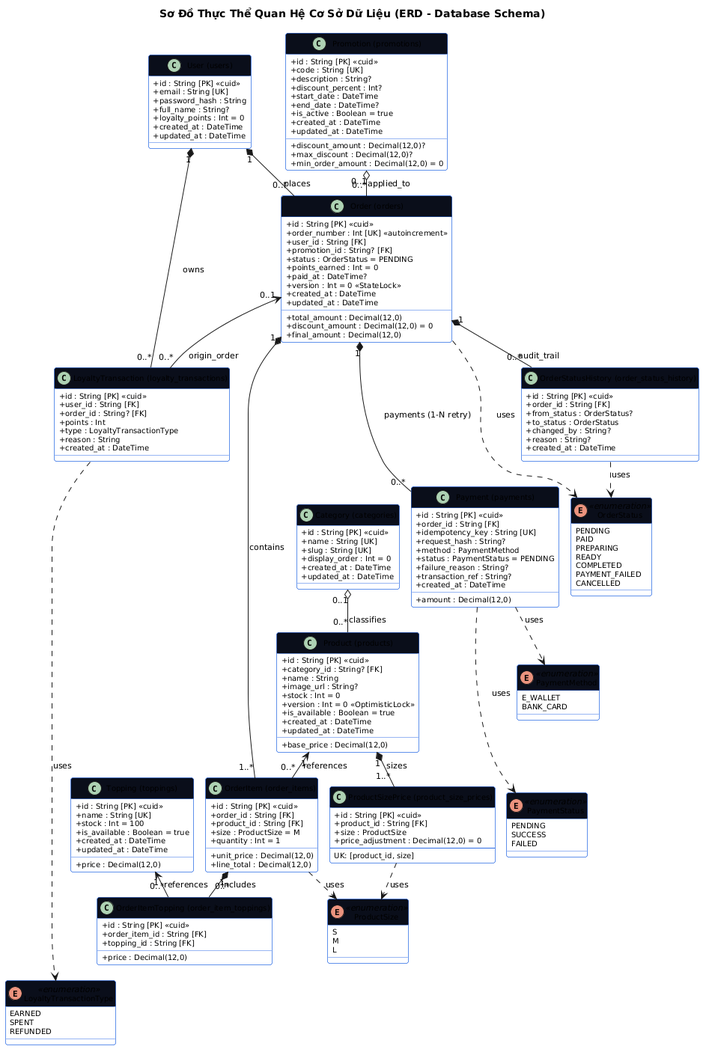
Above: docs/architecture/database-erd.png in ChienPM-27/BrewLite_02 (PlantUML), before the change.
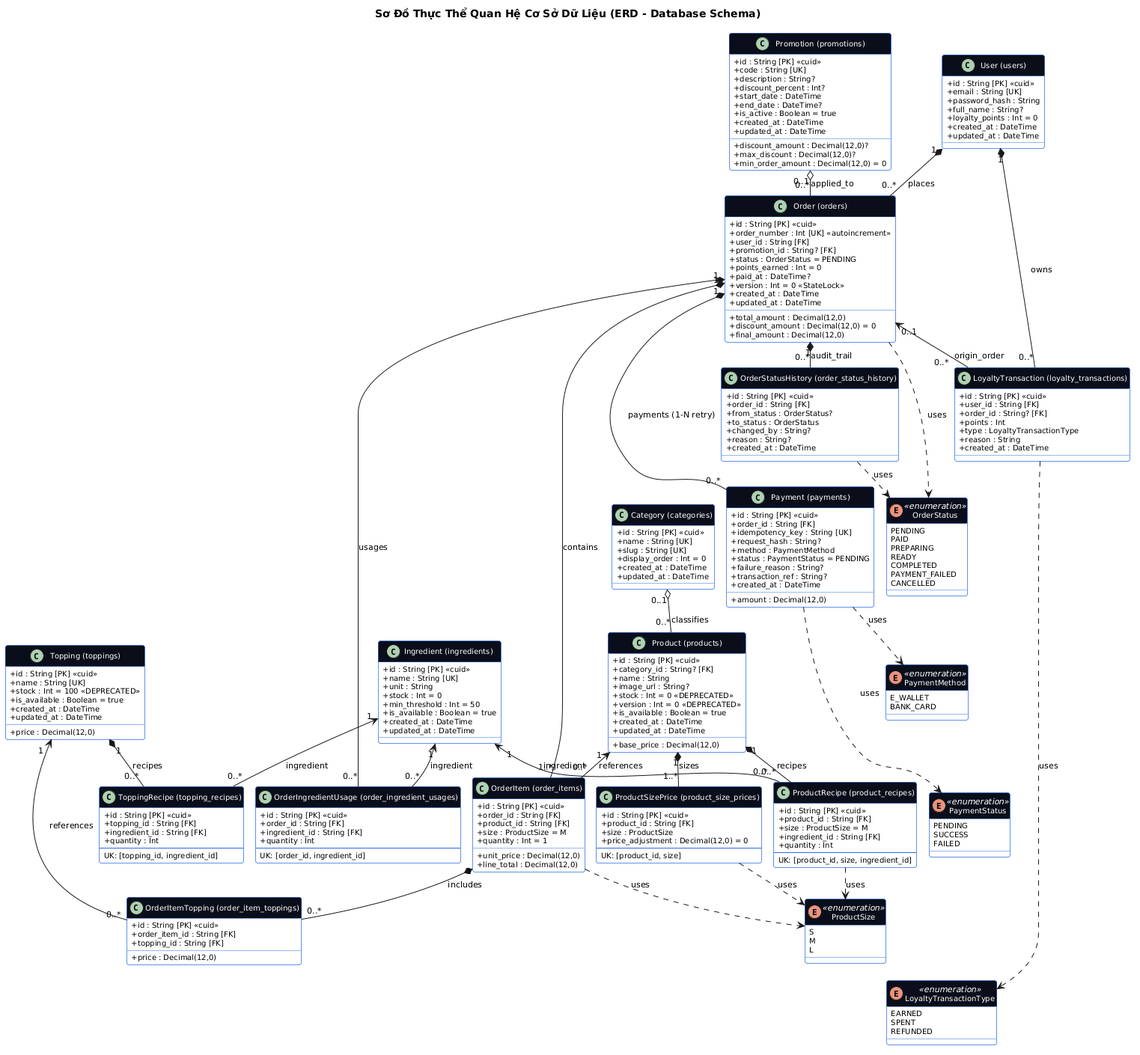
The same diagram one commit later.

The edit, as a diff of the source:
```diff
@@ -11,7 +11,20 @@
 skinparam classFontSize 11
 skinparam classAttributeFontSize 10
 
+skinparam classFontColor #FFFFFF
+skinparam enumFontColor #FFFFFF
+skinparam classStereotypeFontColor #FFFFFF
+skinparam enumStereotypeFontColor #FFFFFF
+skinparam stereotypeFontColor #FFFFFF
+
 skinparam class {
+    BackgroundColor #FFFFFF
+    BorderColor #2D6BE4
+    HeaderBackgroundColor #0A0E1A
+    HeaderFontColor #FFFFFF
+}
+
+skinparam enum {
     BackgroundColor #FFFFFF
     BorderColor #2D6BE4
     HeaderBackgroundColor #0A0E1A
@@ -76,8 +89,8 @@
   + name : String
   + base_price : Decimal(12,0)
   + image_url : String?
-  + stock : Int = 0
-  + version : Int = 0 <<OptimisticLock>>
+  + stock : Int = 0 <<DEPRECATED>>
+  + version : Int = 0 <<DEPRECATED>>
   + is_available : Boolean = true
   + created_at : DateTime
   + updated_at : DateTime
@@ -96,7 +109,7 @@
   + id : String [PK] <<cuid>>
   + name : String [UK]
   + price : Decimal(12,0)
-  + stock : Int = 100
+  + stock : Int = 100 <<DEPRECATED>>
   + is_available : Boolean = true
   + created_at : DateTime
   + updated_at : DateTime
@@ -183,6 +196,46 @@
   + created_at : DateTime
 }
 
+
+class "Ingredient (ingredients)" as Ingredient {
+  + id : String [PK] <<cuid>>
+  + name : String [UK]
+  + unit : String
+  + stock : Int = 0
+  + min_threshold : Int = 50
+  + is_available : Boolean = true
+  + created_at : DateTime
+  + updated_at : DateTime
+}
+
+class "ProductRecipe (product_recipes)" as ProductRecipe {
+  + id : String [PK] <<cuid>>
+  + product_id : String [FK]
+  + size : ProductSize = M
+  + ingredient_id : String [FK]
+  + quantity : Int
+  --
+  UK: [product_id, size, ingredient_id]
+}
+
+class "ToppingRecipe (topping_recipes)" as ToppingRecipe {
+  + id : String [PK] <<cuid>>
+  + topping_id : String [FK]
+  + ingredient_id : String [FK]
+  + quantity : Int
+  --
+  UK: [topping_id, ingredient_id]
+}
+
+class "OrderIngredientUsage (order_ingredient_usages)" as OrderIngredientUsage {
+  + id : String [PK] <<cuid>>
+  + order_id : String [FK]
+  + ingredient_id : String [FK]
+  + quantity : Int
+  --
+  UK: [order_id, ingredient_id]
+}
+
 Category "0..1" o-- "0..*" Product : classifies
 Product "1" *-- "1..*" ProductSizePrice : sizes
 User "1" *-- "0..*" Order : places
@@ -195,6 +248,14 @@
 Product "1" <-- "0..*" OrderItem : references
 OrderItem "1" *-- "0..*" OrderItemTopping : includes
 Topping "1" <-- "0..*" OrderItemTopping : references
+Product "1" *-- "0..*" ProductRecipe : recipes
+Ingredient "1" <-- "0..*" ProductRecipe : ingredient
+Topping "1" *-- "0..*" ToppingRecipe : recipes
+Ingredient "1" <-- "0..*" ToppingRecipe : ingredient
+Order "1" *-- "0..*" OrderIngredientUsage : usages
+Ingredient "1" <-- "0..*" OrderIngredientUsage : ingredient
+ProductRecipe ..> ProductSize : uses
+
 
 Order ..> OrderStatus : uses
 OrderStatusHistory ..> OrderStatus : uses
```
